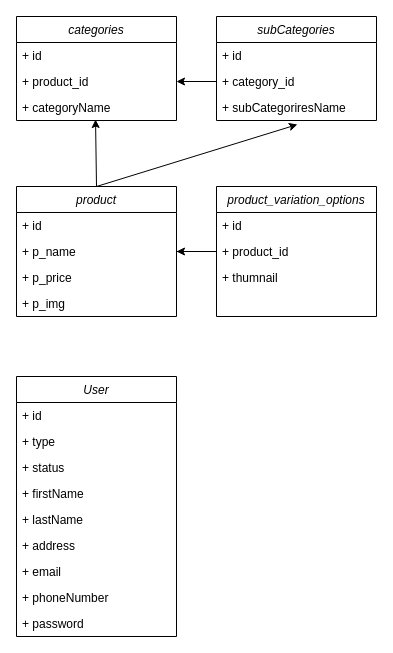
Before: Untitled Diagram.drawio in tuantransn2001/lenleys_fullstack, a draw.io diagram. Source tidied: cells renumbered, new cells numbered last; positions are measured from the earlier drawing's top-left corner, leaving out a move shared by most shapes. Both pictures are drawn from the tidied source at 100%, with x=0, y=0 at pixel (16, 16).
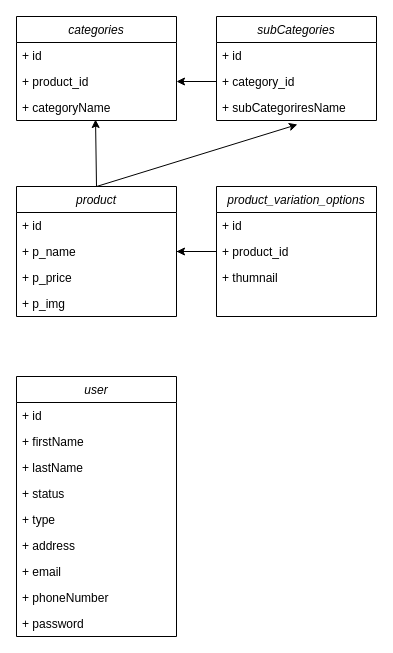
After the change.

Change to the diagram source:
```diff
@@
-    <mxCell id="11" value="User" style="swimlane;fontStyle=2;align=center;verticalAlign=top;horizontal=1;startSize=26;rounded=0;shadow=0;strokeWidth=1;" parent="1" vertex="1">
+    <mxCell id="11" value="user" style="swimlane;fontStyle=2;align=center;verticalAlign=top;horizontal=1;startSize=26;rounded=0;shadow=0;strokeWidth=1;" parent="1" vertex="1">
       <mxGeometry y="360" width="160" height="260" as="geometry" />
     </mxCell>
@@
-    <mxCell id="13" value="+ type" style="text;align=left;verticalAlign=top;spacingLeft=4;spacingRight=4;overflow=hidden;" parent="11" vertex="1">
-      <mxGeometry y="52" width="160" height="26" as="geometry" />
-    </mxCell>
-    <mxCell id="14" value="+ status" style="text;align=left;verticalAlign=top;spacingLeft=4;spacingRight=4;overflow=hidden;rounded=0;shadow=0;html=0;" parent="11" vertex="1">
-      <mxGeometry y="78" width="160" height="26" as="geometry" />
-    </mxCell>
-    <mxCell id="15" value="+ firstName" style="text;align=left;verticalAlign=top;spacingLeft=4;spacingRight=4;overflow=hidden;rounded=0;shadow=0;html=0;" parent="11" vertex="1">
-      <mxGeometry y="104" width="160" height="26" as="geometry" />
+    <mxCell id="15" value="+ firstName" style="text;align=left;verticalAlign=top;spacingLeft=4;spacingRight=4;overflow=hidden;" parent="11" vertex="1">
+      <mxGeometry y="52" width="160" height="26" as="geometry" />
     </mxCell>
-    <mxCell id="16" value="+ lastName" style="text;align=left;verticalAlign=top;spacingLeft=4;spacingRight=4;overflow=hidden;rounded=0;shadow=0;html=0;" parent="11" vertex="1">
-      <mxGeometry y="130" width="160" height="26" as="geometry" />
+    <mxCell id="16" value="+ lastName" style="text;align=left;verticalAlign=top;spacingLeft=4;spacingRight=4;overflow=hidden;" parent="11" vertex="1">
+      <mxGeometry y="78" width="160" height="26" as="geometry" />
     </mxCell>
+    <mxCell id="14" value="+ status" style="text;align=left;verticalAlign=top;spacingLeft=4;spacingRight=4;overflow=hidden;rounded=0;shadow=0;html=0;" parent="11" vertex="1">
+      <mxGeometry y="104" width="160" height="26" as="geometry" />
+    </mxCell>
+    <mxCell id="13" value="+ type" style="text;align=left;verticalAlign=top;spacingLeft=4;spacingRight=4;overflow=hidden;" parent="11" vertex="1">
+      <mxGeometry y="130" width="160" height="26" as="geometry" />
+    </mxCell>
```
